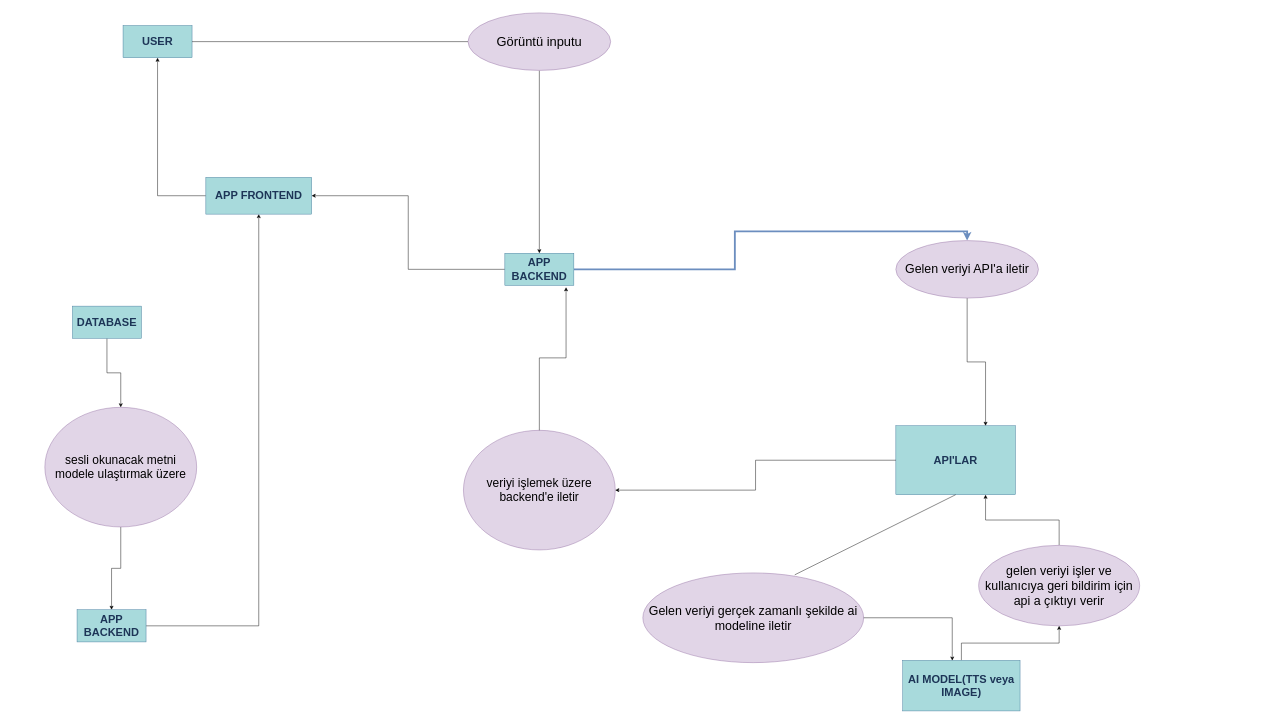
This is database_project.drawio from kaanygl/database, a draw.io file, before an edit. Source tidied: cells renumbered, new cells numbered last; positions are measured from the earlier drawing's top-left corner, leaving out a move shared by most shapes. Both pictures are drawn from the tidied source at 46%, with x=0, y=0 at pixel (45, 12).
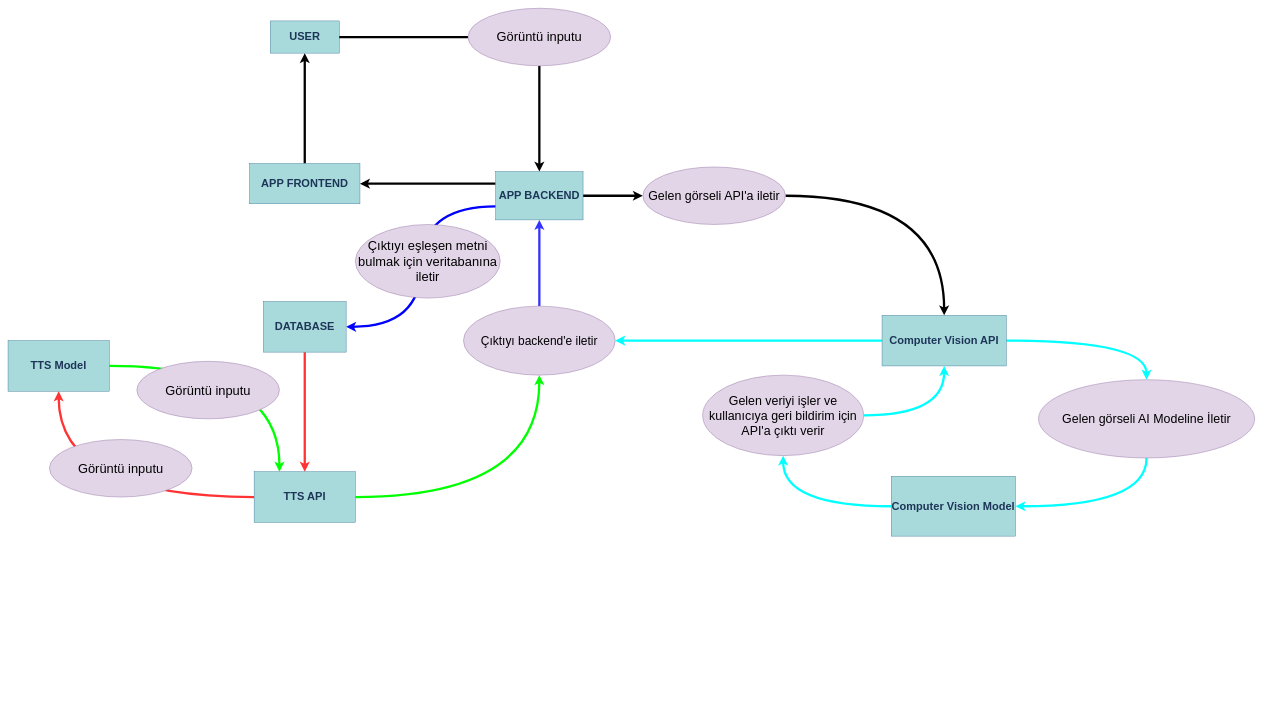
Above is the later version.

The edit, as a diff of the source:
```diff
@@
     <mxCell id="2" value="&lt;h1&gt;USER&lt;/h1&gt;" style="whiteSpace=wrap;html=1;strokeColor=#457B9D;fontColor=#1D3557;fillColor=#A8DADC;labelBackgroundColor=none;" parent="1" vertex="1">
-      <mxGeometry x="170" y="28" width="150" height="70" as="geometry" />
+      <mxGeometry x="490" y="18" width="150" height="70" as="geometry" />
     </mxCell>
-    <mxCell id="3" style="endArrow=none;html=1;rounded=0;exitX=1;exitY=0.5;exitDx=0;exitDy=0;entryX=0;entryY=0.5;entryDx=0;entryDy=0;" parent="1" edge="1" source="2" target="6">
+    <mxCell id="3" style="endArrow=none;html=1;rounded=0;exitX=1;exitY=0.5;exitDx=0;exitDy=0;entryX=0;entryY=0.5;entryDx=0;entryDy=0;strokeWidth=5;" parent="1" edge="1" source="2" target="6">
       <mxGeometry relative="1" as="geometry" />
     </mxCell>
+    <mxCell id="22" style="edgeStyle=orthogonalEdgeStyle;rounded=0;jettySize=auto;html=1;entryX=1;entryY=0.5;entryDx=0;entryDy=0;strokeWidth=5;curved=1;strokeColor=#00FFFF;" parent="1" edge="1" source="4" target="19">
+      <mxGeometry relative="1" as="geometry" />
+    </mxCell>
+    <mxCell id="30" style="edgeStyle=orthogonalEdgeStyle;rounded=0;jettySize=auto;html=1;exitX=1;exitY=0.5;exitDx=0;exitDy=0;strokeColor=#00FFFF;strokeWidth=5;curved=1;entryX=0.5;entryY=0;entryDx=0;entryDy=0;" parent="1" edge="1" source="4" target="13">
+      <mxGeometry relative="1" as="geometry" />
+    </mxCell>
-    <mxCell id="4" value="&lt;h1&gt;API'LAR&lt;/h1&gt;" style="whiteSpace=wrap;html=1;strokeColor=#457B9D;fontColor=#1D3557;fillColor=#A8DADC;labelBackgroundColor=none;" parent="1" vertex="1">
-      <mxGeometry x="1850" y="898" width="260" height="150" as="geometry" />
+    <mxCell id="4" value="&lt;h1&gt;Computer Vision API&lt;/h1&gt;" style="whiteSpace=wrap;html=1;strokeColor=#457B9D;fontColor=#1D3557;fillColor=#A8DADC;labelBackgroundColor=none;" parent="1" vertex="1">
+      <mxGeometry x="1820" y="658" width="270" height="110" as="geometry" />
     </mxCell>
-    <mxCell id="5" style="edgeStyle=orthogonalEdgeStyle;rounded=0;jettySize=auto;html=1;" parent="1" edge="1" source="6" target="9">
+    <mxCell id="5" style="edgeStyle=orthogonalEdgeStyle;rounded=1;jettySize=auto;html=1;strokeWidth=5;curved=0;" parent="1" edge="1" source="6" target="9">
       <mxGeometry relative="1" as="geometry" />
     </mxCell>
     <mxCell id="6" value="&lt;font style=&quot;font-size: 28px;&quot;&gt;Görüntü inputu&lt;/font&gt;" style="ellipse;whiteSpace=wrap;html=1;fillColor=#e1d5e7;strokeColor=#9673a6;" parent="1" vertex="1">
-      <mxGeometry x="920" y="0.5" width="310" height="125" as="geometry" />
+      <mxGeometry x="920" y="-9.5" width="310" height="125" as="geometry" />
     </mxCell>
+    <mxCell id="8" style="edgeStyle=orthogonalEdgeStyle;rounded=0;jettySize=auto;html=1;entryX=1;entryY=0.5;entryDx=0;entryDy=0;strokeWidth=5;strokeColor=#0000FF;curved=1;exitX=0.001;exitY=0.721;exitDx=0;exitDy=0;exitPerimeter=0;" parent="1" edge="1" source="9" target="21">
+      <mxGeometry relative="1" as="geometry" />
+    </mxCell>
-    <mxCell id="7" style="edgeStyle=orthogonalEdgeStyle;rounded=0;jettySize=auto;html=1;entryX=0.5;entryY=0;entryDx=0;entryDy=0;fillColor=#dae8fc;strokeColor=#6c8ebf;strokeWidth=4;" parent="1" edge="1" source="9" target="11">
+    <mxCell id="7" style="edgeStyle=orthogonalEdgeStyle;rounded=0;jettySize=auto;html=1;entryX=0;entryY=0.5;entryDx=0;entryDy=0;strokeWidth=5;" parent="1" edge="1" source="9" target="11">
       <mxGeometry relative="1" as="geometry" />
     </mxCell>
-    <mxCell id="8" style="edgeStyle=orthogonalEdgeStyle;rounded=0;jettySize=auto;html=1;entryX=1;entryY=0.5;entryDx=0;entryDy=0;" parent="1" edge="1" source="9" target="29">
-      <mxGeometry relative="1" as="geometry" />
-    </mxCell>
+    <mxCell id="31" style="edgeStyle=orthogonalEdgeStyle;rounded=0;jettySize=auto;html=1;exitX=0;exitY=0.25;exitDx=0;exitDy=0;entryX=1;entryY=0.5;entryDx=0;entryDy=0;strokeColor=#000000;strokeWidth=5;" parent="1" edge="1" source="9" target="29">
+      <mxGeometry relative="1" as="geometry" />
+    </mxCell>
     <mxCell id="9" value="&lt;h1&gt;APP BACKEND&lt;/h1&gt;" style="whiteSpace=wrap;html=1;strokeColor=#457B9D;fontColor=#1D3557;fillColor=#A8DADC;labelBackgroundColor=none;" parent="1" vertex="1">
-      <mxGeometry x="1000" y="523" width="150" height="70" as="geometry" />
+      <mxGeometry x="980" y="345.5" width="190" height="105" as="geometry" />
     </mxCell>
-    <mxCell id="10" style="edgeStyle=orthogonalEdgeStyle;rounded=0;jettySize=auto;html=1;entryX=0.75;entryY=0;entryDx=0;entryDy=0;" parent="1" edge="1" source="11" target="4">
+    <mxCell id="10" style="edgeStyle=orthogonalEdgeStyle;rounded=0;jettySize=auto;html=1;entryX=0.5;entryY=0;entryDx=0;entryDy=0;strokeWidth=5;curved=1;" parent="1" edge="1" source="11" target="4">
       <mxGeometry relative="1" as="geometry" />
     </mxCell>
-    <mxCell id="11" value="&lt;font style=&quot;font-size: 27px;&quot;&gt;Gelen veriyi API'a iletir&lt;/font&gt;" style="ellipse;whiteSpace=wrap;html=1;fillColor=#e1d5e7;strokeColor=#9673a6;" parent="1" vertex="1">
-      <mxGeometry x="1850" y="495.5" width="310" height="125" as="geometry" />
+    <mxCell id="11" value="&lt;font style=&quot;font-size: 27px;&quot;&gt;Gelen görseli API'a iletir&lt;/font&gt;" style="ellipse;whiteSpace=wrap;html=1;fillColor=#e1d5e7;strokeColor=#9673a6;" parent="1" vertex="1">
+      <mxGeometry x="1300" y="335.5" width="310" height="125" as="geometry" />
     </mxCell>
-    <mxCell id="12" style="endArrow=none;html=1;rounded=0;entryX=0.5;entryY=1;entryDx=0;entryDy=0;exitX=0.688;exitY=0.021;exitDx=0;exitDy=0;exitPerimeter=0;" parent="1" edge="1" source="13" target="4">
-      <mxGeometry relative="1" as="geometry" />
-    </mxCell>
+    <mxCell id="16" style="edgeStyle=orthogonalEdgeStyle;rounded=0;jettySize=auto;html=1;entryX=1;entryY=0.5;entryDx=0;entryDy=0;strokeWidth=5;curved=1;exitX=0.5;exitY=1;exitDx=0;exitDy=0;strokeColor=#00FFFF;" parent="1" edge="1" source="13" target="15">
+      <mxGeometry relative="1" as="geometry" />
+    </mxCell>
-    <mxCell id="13" value="&lt;font style=&quot;font-size: 27px;&quot;&gt;Gelen veriyi gerçek zamanlı şekilde ai modeline iletir&lt;/font&gt;" style="ellipse;whiteSpace=wrap;html=1;fillColor=#e1d5e7;strokeColor=#9673a6;" parent="1" vertex="1">
-      <mxGeometry x="1300" y="1218" width="480" height="195" as="geometry" />
+    <mxCell id="13" value="&lt;font style=&quot;font-size: 27px;&quot;&gt;Gelen görseli AI Modeline İletir&lt;/font&gt;" style="ellipse;whiteSpace=wrap;html=1;fillColor=#e1d5e7;strokeColor=#9673a6;" parent="1" vertex="1">
+      <mxGeometry x="2160" y="798" width="470" height="170" as="geometry" />
     </mxCell>
-    <mxCell id="14" style="edgeStyle=orthogonalEdgeStyle;rounded=0;jettySize=auto;html=1;" parent="1" edge="1" source="15" target="18">
+    <mxCell id="14" style="edgeStyle=orthogonalEdgeStyle;rounded=0;jettySize=auto;html=1;entryX=0.5;entryY=1;entryDx=0;entryDy=0;strokeWidth=5;curved=1;strokeColor=#00FFFF;" parent="1" edge="1" source="15" target="18">
       <mxGeometry relative="1" as="geometry" />
     </mxCell>
-    <mxCell id="15" value="&lt;h1&gt;AI MODEL(TTS veya IMAGE)&lt;/h1&gt;" style="whiteSpace=wrap;html=1;strokeColor=#457B9D;fontColor=#1D3557;fillColor=#A8DADC;labelBackgroundColor=none;" parent="1" vertex="1">
-      <mxGeometry x="1865" y="1408" width="255" height="110" as="geometry" />
+    <mxCell id="15" value="&lt;h1&gt;Computer Vision Model&lt;/h1&gt;" style="whiteSpace=wrap;html=1;strokeColor=#457B9D;fontColor=#1D3557;fillColor=#A8DADC;labelBackgroundColor=none;" parent="1" vertex="1">
+      <mxGeometry x="1840" y="1008" width="270" height="130" as="geometry" />
     </mxCell>
-    <mxCell id="16" style="edgeStyle=orthogonalEdgeStyle;rounded=0;jettySize=auto;html=1;entryX=0.422;entryY=0.005;entryDx=0;entryDy=0;entryPerimeter=0;" parent="1" edge="1" source="13" target="15">
-      <mxGeometry relative="1" as="geometry" />
-    </mxCell>
-    <mxCell id="17" style="edgeStyle=orthogonalEdgeStyle;rounded=0;jettySize=auto;html=1;entryX=0.75;entryY=1;entryDx=0;entryDy=0;" parent="1" edge="1" source="18" target="4">
+    <mxCell id="17" style="edgeStyle=orthogonalEdgeStyle;rounded=0;jettySize=auto;html=1;entryX=0.5;entryY=1;entryDx=0;entryDy=0;strokeWidth=5;curved=1;strokeColor=#00FFFF;" parent="1" edge="1" source="18" target="4">
       <mxGeometry relative="1" as="geometry" />
     </mxCell>
-    <mxCell id="18" value="&lt;font style=&quot;font-size: 27px;&quot;&gt;gelen veriyi işler ve kullanıcıya geri bildirim için api a çıktıyı verir&lt;/font&gt;" style="ellipse;whiteSpace=wrap;html=1;fillColor=#e1d5e7;strokeColor=#9673a6;" parent="1" vertex="1">
-      <mxGeometry x="2030" y="1158" width="350" height="175" as="geometry" />
+    <mxCell id="18" value="&lt;font style=&quot;font-size: 27px;&quot;&gt;Gelen veriyi işler ve kullanıcıya geri bildirim için API'a çıktı verir&lt;/font&gt;" style="ellipse;whiteSpace=wrap;html=1;fillColor=#e1d5e7;strokeColor=#9673a6;" parent="1" vertex="1">
+      <mxGeometry x="1430" y="788" width="350" height="175" as="geometry" />
     </mxCell>
+    <mxCell id="23" style="edgeStyle=orthogonalEdgeStyle;rounded=0;jettySize=auto;html=1;entryX=0.5;entryY=1;entryDx=0;entryDy=0;strokeWidth=5;strokeColor=#3333FF;" parent="1" edge="1" source="19" target="9">
+      <mxGeometry relative="1" as="geometry" />
+    </mxCell>
-    <mxCell id="19" value="&lt;span style=&quot;font-size: 26px;&quot;&gt;veriyi işlemek üzere backend'e iletir&lt;/span&gt;" style="ellipse;whiteSpace=wrap;html=1;fillColor=#e1d5e7;strokeColor=#9673a6;" parent="1" vertex="1">
-      <mxGeometry x="910" y="908" width="330" height="260" as="geometry" />
+    <mxCell id="19" value="&lt;span style=&quot;font-size: 26px;&quot;&gt;Çıktıyı backend'e iletir&lt;/span&gt;" style="ellipse;whiteSpace=wrap;html=1;fillColor=#e1d5e7;strokeColor=#9673a6;" parent="1" vertex="1">
+      <mxGeometry x="910" y="638" width="330" height="150" as="geometry" />
     </mxCell>
-    <mxCell id="20" style="edgeStyle=orthogonalEdgeStyle;rounded=0;jettySize=auto;html=1;" parent="1" edge="1" source="21" target="25">
-      <mxGeometry relative="1" as="geometry" />
-    </mxCell>
+    <mxCell id="32" style="edgeStyle=orthogonalEdgeStyle;rounded=0;jettySize=auto;html=1;entryX=0.5;entryY=0;entryDx=0;entryDy=0;curved=1;strokeWidth=5;strokeColor=#FF3333;" parent="1" edge="1" source="21" target="27">
+      <mxGeometry relative="1" as="geometry" />
+    </mxCell>
     <mxCell id="21" value="&lt;h1&gt;DATABASE&lt;/h1&gt;" style="whiteSpace=wrap;html=1;strokeColor=#457B9D;fontColor=#1D3557;fillColor=#A8DADC;labelBackgroundColor=none;" parent="1" vertex="1">
-      <mxGeometry x="60" y="638" width="150" height="70" as="geometry" />
+      <mxGeometry x="475" y="628" width="180" height="110" as="geometry" />
     </mxCell>
-    <mxCell id="22" style="edgeStyle=orthogonalEdgeStyle;rounded=0;jettySize=auto;html=1;entryX=1;entryY=0.5;entryDx=0;entryDy=0;" parent="1" edge="1" source="4" target="19">
-      <mxGeometry relative="1" as="geometry" />
-    </mxCell>
-    <mxCell id="23" style="edgeStyle=orthogonalEdgeStyle;rounded=0;jettySize=auto;html=1;entryX=0.887;entryY=1.057;entryDx=0;entryDy=0;entryPerimeter=0;" parent="1" edge="1" source="19" target="9">
-      <mxGeometry relative="1" as="geometry" />
-    </mxCell>
-    <mxCell id="24" style="edgeStyle=orthogonalEdgeStyle;rounded=0;jettySize=auto;html=1;" parent="1" edge="1" source="25" target="27">
-      <mxGeometry relative="1" as="geometry" />
-    </mxCell>
-    <mxCell id="25" value="&lt;span style=&quot;font-size: 26px;&quot;&gt;sesli okunacak metni modele ulaştırmak üzere&lt;/span&gt;" style="ellipse;whiteSpace=wrap;html=1;fillColor=#e1d5e7;strokeColor=#9673a6;" parent="1" vertex="1">
-      <mxGeometry y="858" width="330" height="260" as="geometry" />
-    </mxCell>
-    <mxCell id="26" style="edgeStyle=orthogonalEdgeStyle;rounded=0;jettySize=auto;html=1;" parent="1" edge="1" source="27" target="29">
-      <mxGeometry relative="1" as="geometry" />
-    </mxCell>
+    <mxCell id="33" style="edgeStyle=orthogonalEdgeStyle;rounded=0;jettySize=auto;html=1;entryX=0.5;entryY=1;entryDx=0;entryDy=0;strokeColor=#FF3333;strokeWidth=5;curved=1;" parent="1" edge="1" source="27" target="36">
+      <mxGeometry relative="1" as="geometry" />
+    </mxCell>
+    <mxCell id="34" style="edgeStyle=orthogonalEdgeStyle;rounded=0;jettySize=auto;html=1;entryX=0.5;entryY=1;entryDx=0;entryDy=0;strokeColor=#00FF00;strokeWidth=5;curved=1;" parent="1" edge="1" source="27" target="19">
+      <mxGeometry relative="1" as="geometry" />
+    </mxCell>
-    <mxCell id="27" value="&lt;h1&gt;APP BACKEND&lt;/h1&gt;" style="whiteSpace=wrap;html=1;strokeColor=#457B9D;fontColor=#1D3557;fillColor=#A8DADC;labelBackgroundColor=none;" parent="1" vertex="1">
-      <mxGeometry x="70" y="1298" width="150" height="70" as="geometry" />
+    <mxCell id="27" value="&lt;h1&gt;TTS API&lt;/h1&gt;" style="whiteSpace=wrap;html=1;strokeColor=#457B9D;fontColor=#1D3557;fillColor=#A8DADC;labelBackgroundColor=none;" parent="1" vertex="1">
+      <mxGeometry x="455" y="998" width="220" height="110" as="geometry" />
     </mxCell>
-    <mxCell id="28" style="edgeStyle=orthogonalEdgeStyle;rounded=0;jettySize=auto;html=1;entryX=0.5;entryY=1;entryDx=0;entryDy=0;" parent="1" edge="1" source="29" target="2">
+    <mxCell id="28" style="edgeStyle=orthogonalEdgeStyle;rounded=0;jettySize=auto;html=1;entryX=0.5;entryY=1;entryDx=0;entryDy=0;strokeWidth=5;" parent="1" edge="1" source="29" target="2">
       <mxGeometry relative="1" as="geometry" />
     </mxCell>
     <mxCell id="29" value="&lt;h1&gt;APP FRONTEND&lt;/h1&gt;" style="whiteSpace=wrap;html=1;strokeColor=#457B9D;fontColor=#1D3557;fillColor=#A8DADC;labelBackgroundColor=none;" parent="1" vertex="1">
-      <mxGeometry x="350" y="358" width="230" height="80" as="geometry" />
+      <mxGeometry x="445" y="328" width="240" height="87.5" as="geometry" />
     </mxCell>
+    <mxCell id="35" style="edgeStyle=orthogonalEdgeStyle;rounded=0;jettySize=auto;html=1;entryX=0.25;entryY=0;entryDx=0;entryDy=0;strokeColor=#00FF00;strokeWidth=5;curved=1;" parent="1" edge="1" source="36" target="27">
+      <mxGeometry relative="1" as="geometry" />
+    </mxCell>
+    <mxCell id="36" value="&lt;h1&gt;TTS Model&lt;/h1&gt;" style="whiteSpace=wrap;html=1;strokeColor=#457B9D;fontColor=#1D3557;fillColor=#A8DADC;labelBackgroundColor=none;" parent="1" vertex="1">
+      <mxGeometry x="-80" y="713" width="220" height="110" as="geometry" />
+    </mxCell>
+    <mxCell id="37" value="&lt;font style=&quot;font-size: 28px;&quot;&gt;Görüntü inputu&lt;/font&gt;" style="ellipse;whiteSpace=wrap;html=1;fillColor=#e1d5e7;strokeColor=#9673a6;" parent="1" vertex="1">
+      <mxGeometry x="10" y="928" width="310" height="125" as="geometry" />
+    </mxCell>
+    <mxCell id="38" value="&lt;font style=&quot;font-size: 28px;&quot;&gt;Görüntü inputu&lt;/font&gt;" style="ellipse;whiteSpace=wrap;html=1;fillColor=#e1d5e7;strokeColor=#9673a6;" parent="1" vertex="1">
+      <mxGeometry x="200" y="758" width="310" height="125" as="geometry" />
+    </mxCell>
+    <mxCell id="39" value="&lt;span style=&quot;font-size: 28px;&quot;&gt;Çıktıyı eşleşen metni bulmak için veritabanına iletir&lt;/span&gt;" style="ellipse;whiteSpace=wrap;html=1;fillColor=#e1d5e7;strokeColor=#9673a6;" parent="1" vertex="1">
+      <mxGeometry x="675" y="460.5" width="315" height="160" as="geometry" />
+    </mxCell>
```
